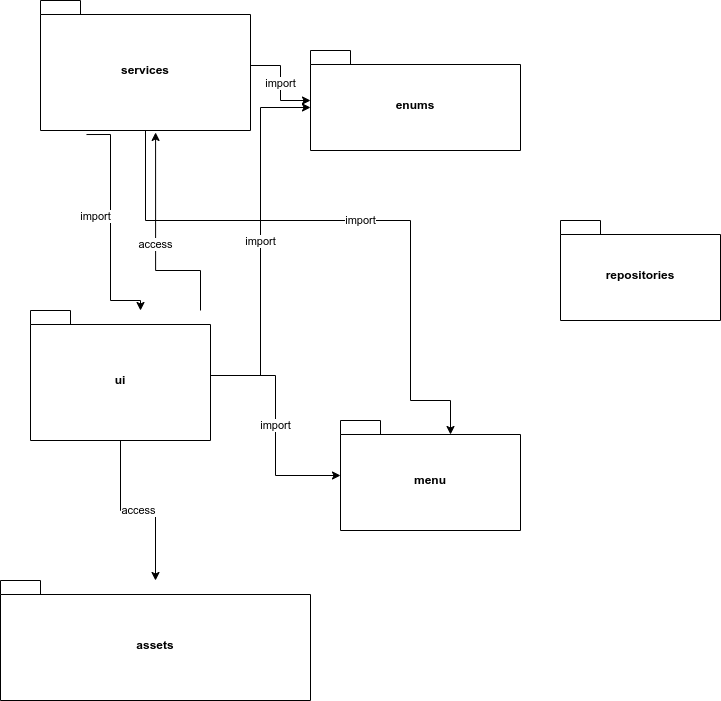
Earlier version of the draw.io export documentation/kuvat/pakkausdiagrammi.png (thefakejj/Minesweeper). Source tidied: cells renumbered, new cells last; positions are measured from the earlier drawing's top-left corner, leaving out a move shared by most shapes.
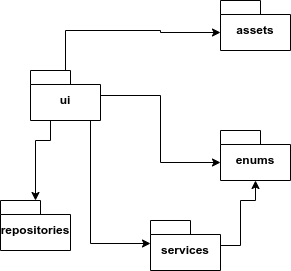
The same file after the commit.

Diff of the diagram source:
```diff
@@ -2,64 +2,56 @@
   <root>
     <mxCell id="0" />
     <mxCell id="1" parent="0" />
+    <mxCell id="15" style="edgeStyle=orthogonalEdgeStyle;rounded=0;jettySize=auto;html=1;" parent="1" edge="1" source="6" target="13">
+      <mxGeometry relative="1" as="geometry">
+        <Array as="points">
+          <mxPoint x="60" y="2470" />
+          <mxPoint x="45" y="2470" />
+        </Array>
+      </mxGeometry>
+    </mxCell>
+    <mxCell id="3" style="edgeStyle=orthogonalEdgeStyle;rounded=0;jettySize=auto;html=1;entryX=0;entryY=0;entryDx=0;entryDy=23;entryPerimeter=0;" parent="1" edge="1" source="6" target="10">
+      <mxGeometry relative="1" as="geometry">
+        <Array as="points">
+          <mxPoint x="100" y="2573" />
+        </Array>
+      </mxGeometry>
+    </mxCell>
-    <mxCell id="2" value="access" style="edgeStyle=orthogonalEdgeStyle;rounded=0;jettySize=auto;html=1;" parent="1" edge="1" source="6" target="12">
-      <mxGeometry relative="1" as="geometry" />
+    <mxCell id="2" style="edgeStyle=orthogonalEdgeStyle;rounded=0;jettySize=auto;html=1;entryX=0;entryY=0;entryDx=0;entryDy=32;entryPerimeter=0;" parent="1" edge="1" source="6" target="12">
+      <mxGeometry relative="1" as="geometry">
+        <Array as="points">
+          <mxPoint x="75" y="2360" />
+          <mxPoint x="170" y="2360" />
+          <mxPoint x="170" y="2362" />
+        </Array>
+      </mxGeometry>
     </mxCell>
-    <mxCell id="3" value="access" style="edgeStyle=orthogonalEdgeStyle;rounded=0;jettySize=auto;html=1;entryX=0.548;entryY=1.015;entryDx=0;entryDy=0;entryPerimeter=0;" parent="1" edge="1" source="6" target="10">
-      <mxGeometry relative="1" as="geometry">
-        <Array as="points">
-          <mxPoint x="190" y="330" />
-          <mxPoint x="200" y="330" />
-          <mxPoint x="200" y="270" />
-          <mxPoint x="165" y="270" />
-        </Array>
-      </mxGeometry>
-    </mxCell>
-    <mxCell id="4" value="import" style="edgeStyle=orthogonalEdgeStyle;rounded=0;jettySize=auto;html=1;" parent="1" edge="1" source="6" target="14">
-      <mxGeometry relative="1" as="geometry" />
-    </mxCell>
-    <mxCell id="5" value="import" style="edgeStyle=orthogonalEdgeStyle;rounded=0;jettySize=auto;html=1;entryX=0;entryY=0;entryDx=0;entryDy=57;entryPerimeter=0;" parent="1" edge="1" source="6" target="11">
+    <mxCell id="5" style="edgeStyle=orthogonalEdgeStyle;rounded=0;jettySize=auto;html=1;entryX=0;entryY=0;entryDx=0;entryDy=32;entryPerimeter=0;" parent="1" edge="1" source="6" target="11">
       <mxGeometry relative="1" as="geometry" />
     </mxCell>
     <mxCell id="6" value="ui" style="shape=folder;fontStyle=1;spacingTop=10;tabWidth=40;tabHeight=14;tabPosition=left;html=1;whiteSpace=wrap;" parent="1" vertex="1">
-      <mxGeometry x="30" y="310" width="180" height="130" as="geometry" />
+      <mxGeometry x="40" y="2400" width="70" height="50" as="geometry" />
     </mxCell>
-    <mxCell id="7" value="import" style="edgeStyle=orthogonalEdgeStyle;rounded=0;jettySize=auto;html=1;exitX=0.219;exitY=1.031;exitDx=0;exitDy=0;exitPerimeter=0;" parent="1" edge="1" source="10" target="6">
-      <mxGeometry x="-0.08" y="-15" relative="1" as="geometry">
-        <Array as="points">
-          <mxPoint x="110" y="134" />
-          <mxPoint x="110" y="300" />
-          <mxPoint x="140" y="300" />
-        </Array>
-      </mxGeometry>
-    </mxCell>
-    <mxCell id="8" value="import" style="edgeStyle=orthogonalEdgeStyle;rounded=0;jettySize=auto;html=1;entryX=0;entryY=0;entryDx=110;entryDy=14;entryPerimeter=0;" parent="1" edge="1" source="10" target="14">
-      <mxGeometry relative="1" as="geometry">
-        <Array as="points">
-          <mxPoint x="145" y="220" />
-          <mxPoint x="410" y="220" />
-          <mxPoint x="410" y="400" />
-          <mxPoint x="450" y="400" />
-        </Array>
-      </mxGeometry>
-    </mxCell>
-    <mxCell id="9" value="import" style="edgeStyle=orthogonalEdgeStyle;rounded=0;jettySize=auto;html=1;" parent="1" edge="1" source="10" target="11">
-      <mxGeometry relative="1" as="geometry" />
+    <mxCell id="9" style="edgeStyle=orthogonalEdgeStyle;rounded=0;jettySize=auto;html=1;entryX=0.5;entryY=1;entryDx=0;entryDy=0;entryPerimeter=0;" parent="1" edge="1" source="10" target="11">
+      <mxGeometry relative="1" as="geometry">
+        <Array as="points">
+          <mxPoint x="250" y="2575" />
+          <mxPoint x="250" y="2530" />
+          <mxPoint x="265" y="2530" />
+        </Array>
+      </mxGeometry>
     </mxCell>
     <mxCell id="10" value="services" style="shape=folder;fontStyle=1;spacingTop=10;tabWidth=40;tabHeight=14;tabPosition=left;html=1;whiteSpace=wrap;" parent="1" vertex="1">
-      <mxGeometry x="40" width="210" height="130" as="geometry" />
+      <mxGeometry x="160" y="2550" width="70" height="50" as="geometry" />
     </mxCell>
+    <mxCell id="13" value="repositories" style="shape=folder;fontStyle=1;spacingTop=10;tabWidth=40;tabHeight=14;tabPosition=left;html=1;whiteSpace=wrap;" parent="1" vertex="1">
+      <mxGeometry x="10" y="2530" width="70" height="50" as="geometry" />
+    </mxCell>
     <mxCell id="11" value="enums" style="shape=folder;fontStyle=1;spacingTop=10;tabWidth=40;tabHeight=14;tabPosition=left;html=1;whiteSpace=wrap;" parent="1" vertex="1">
-      <mxGeometry x="310" y="50" width="210" height="100" as="geometry" />
+      <mxGeometry x="230" y="2460" width="70" height="50" as="geometry" />
     </mxCell>
     <mxCell id="12" value="assets" style="shape=folder;fontStyle=1;spacingTop=10;tabWidth=40;tabHeight=14;tabPosition=left;html=1;whiteSpace=wrap;" parent="1" vertex="1">
-      <mxGeometry y="580" width="310" height="120" as="geometry" />
+      <mxGeometry x="230" y="2330" width="70" height="50" as="geometry" />
     </mxCell>
-    <mxCell id="13" value="repositories" style="shape=folder;fontStyle=1;spacingTop=10;tabWidth=40;tabHeight=14;tabPosition=left;html=1;whiteSpace=wrap;" parent="1" vertex="1">
-      <mxGeometry x="560" y="220" width="160" height="100" as="geometry" />
-    </mxCell>
-    <mxCell id="14" value="menu" style="shape=folder;fontStyle=1;spacingTop=10;tabWidth=40;tabHeight=14;tabPosition=left;html=1;whiteSpace=wrap;" parent="1" vertex="1">
-      <mxGeometry x="340" y="420" width="180" height="110" as="geometry" />
-    </mxCell>
   </root>
 </mxGraphModel>
```
